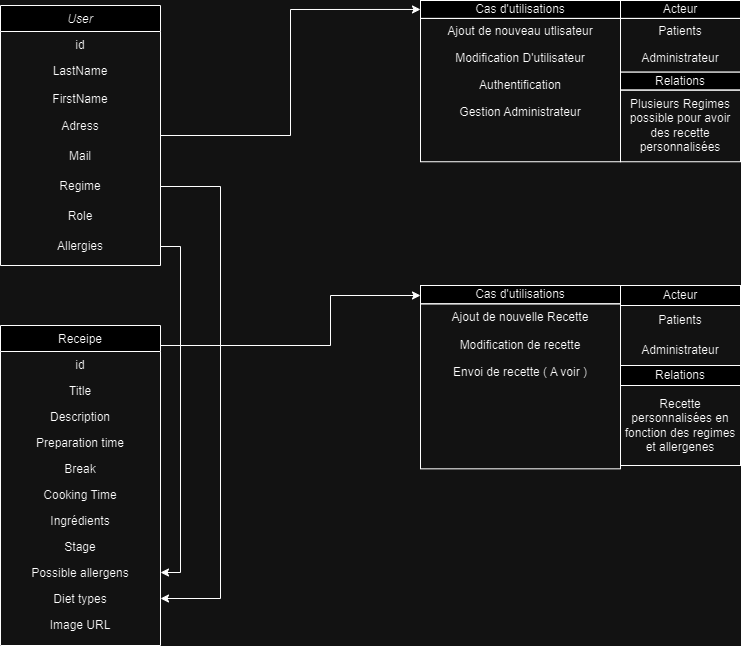
Above: Diagramme.drawio.png in RaptorZ501/ECF-Entrainement (draw.io), before the change. Source tidied: cells renumbered, new cells last; positions are measured from the earlier drawing's top-left corner, leaving out a move shared by most shapes.
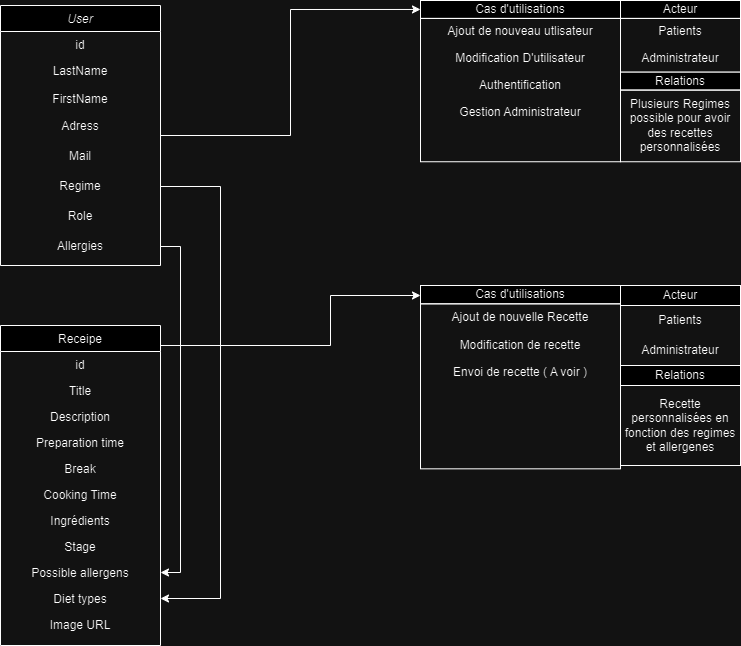
The same file after the commit.

Diff of the diagram source:
```diff
@@ -117,7 +117,7 @@
     <mxCell id="36" style="rounded=0;whiteSpace=wrap;html=1;fillColor=none;" parent="26" vertex="1">
       <mxGeometry x="200" y="89.6" width="120" height="71.7" as="geometry" />
     </mxCell>
-    <mxCell id="37" value="Plusieurs Regimes possible pour avoir des recette personnalisées" style="text;html=1;strokeColor=none;fillColor=none;align=center;verticalAlign=middle;whiteSpace=wrap;rounded=0;" parent="26" vertex="1">
+    <mxCell id="37" value="Plusieurs Regimes possible pour avoir des recettes personnalisées" style="text;html=1;strokeColor=none;fillColor=none;align=center;verticalAlign=middle;whiteSpace=wrap;rounded=0;" parent="26" vertex="1">
       <mxGeometry x="200" y="89.6" width="120" height="71.7" as="geometry" />
     </mxCell>
     <mxCell id="38" style="group;" parent="26" vertex="1">
```
